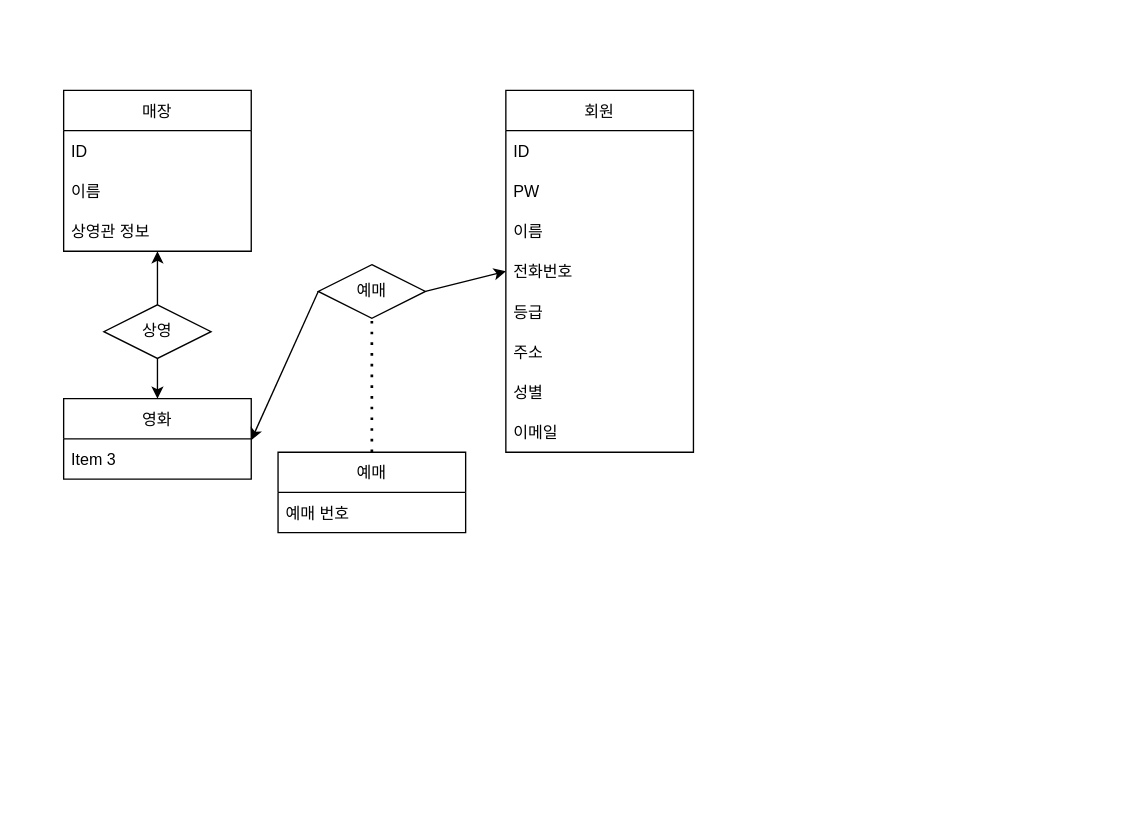
chacha0707/db keeps this draw.io diagram as Untitled Diagram.drawio. Above is the earlier version. Source tidied: cells renumbered, new cells numbered last; positions are measured from the earlier drawing's top-left corner, leaving out a move shared by most shapes. Both pictures are drawn from the tidied source at 134%, with x=0, y=0 at pixel (63, 90).
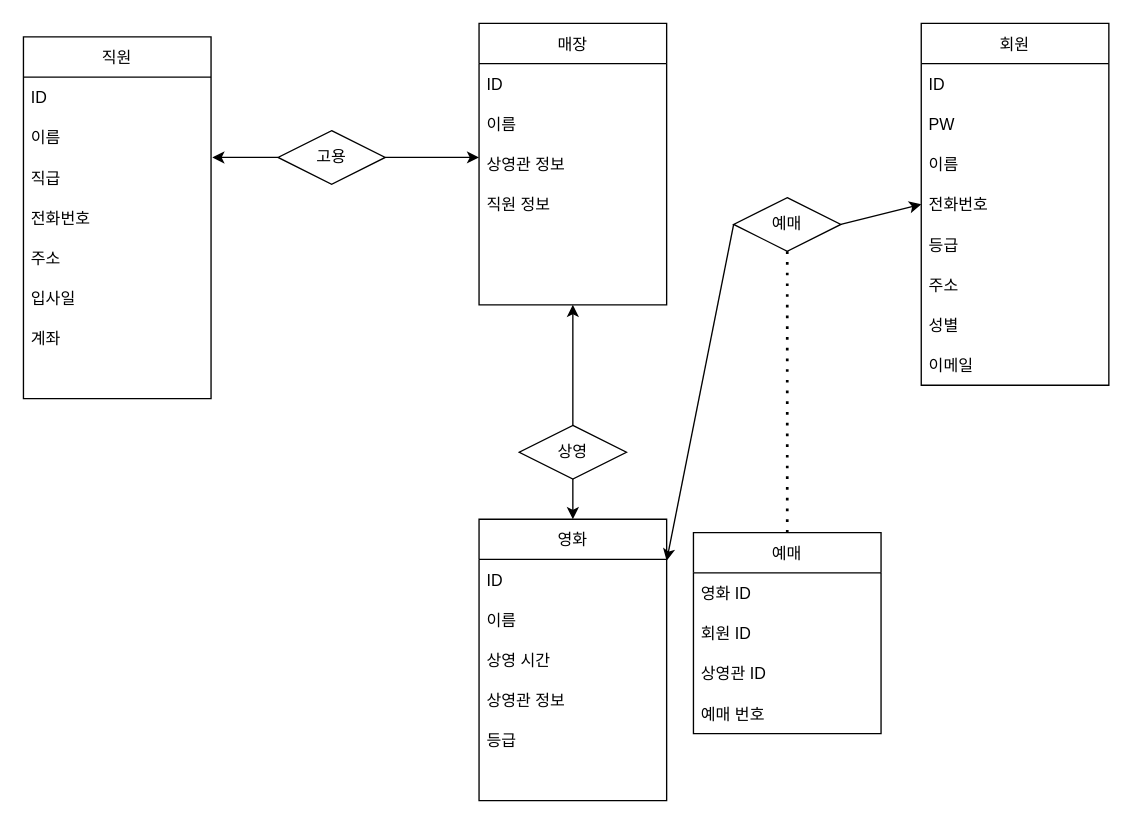
Above is the later version.

Unchanged cells that the change refers to:
```xml
<mxCell id="14" value="상영관 정보" style="text;strokeColor=none;fillColor=none;align=left;verticalAlign=middle;spacingLeft=4;spacingRight=4;overflow=hidden;points=[[0,0.5],[1,0.5]];portConstraint=eastwest;" parent="11" vertex="1">
  <mxGeometry y="90" width="140" height="30" as="geometry" />
</mxCell>
```

The edit, as a diff of the source:
```diff
@@
     <mxCell id="2" value="회원" style="swimlane;fontStyle=0;horizontal=1;startSize=30;" parent="1" vertex="1">
-      <mxGeometry x="330" width="140" height="270" as="geometry" />
+      <mxGeometry x="640" y="-50" width="140" height="270" as="geometry" />
     </mxCell>
@@
     <mxCell id="11" value="매장" style="swimlane;fontStyle=0;horizontal=1;startSize=30;" parent="1" vertex="1">
-      <mxGeometry width="140" height="120" as="geometry" />
+      <mxGeometry x="310" y="-50" width="140" height="210" as="geometry" />
     </mxCell>
@@
+    <mxCell id="26" value="직원 정보" style="text;strokeColor=none;fillColor=none;align=left;verticalAlign=middle;spacingLeft=4;spacingRight=4;overflow=hidden;" parent="11" vertex="1">
+      <mxGeometry y="120" width="140" height="30" as="geometry" />
+    </mxCell>
+    <mxCell id="27" style="text;strokeColor=none;fillColor=none;align=left;verticalAlign=middle;spacingLeft=4;spacingRight=4;overflow=hidden;" parent="11" vertex="1">
+      <mxGeometry y="150" width="140" height="30" as="geometry" />
+    </mxCell>
+    <mxCell id="28" style="text;strokeColor=none;fillColor=none;align=left;verticalAlign=middle;spacingLeft=4;spacingRight=4;overflow=hidden;" parent="11" vertex="1">
+      <mxGeometry y="180" width="140" height="30" as="geometry" />
+    </mxCell>
     <mxCell id="15" value="상영" style="rhombus;whiteSpace=wrap;html=1;" parent="1" vertex="1">
-      <mxGeometry x="30" y="160" width="80" height="40" as="geometry" />
+      <mxGeometry x="340" y="250" width="80" height="40" as="geometry" />
     </mxCell>
     <mxCell id="16" style="endArrow=classic;html=1;rounded=0;" parent="1" edge="1" source="15">
       <mxGeometry relative="1" as="geometry">
-        <mxPoint x="70" y="120" as="targetPoint" />
+        <mxPoint x="380" y="160" as="targetPoint" />
       </mxGeometry>
     </mxCell>
     <mxCell id="17" value="영화" style="swimlane;fontStyle=0;horizontal=1;startSize=30;" parent="1" vertex="1">
-      <mxGeometry y="230" width="140" height="60" as="geometry" />
+      <mxGeometry x="310" y="320" width="140" height="210" as="geometry" />
     </mxCell>
-    <mxCell id="18" value="Item 3" style="text;strokeColor=none;fillColor=none;align=left;verticalAlign=middle;spacingLeft=4;spacingRight=4;overflow=hidden;points=[[0,0.5],[1,0.5]];portConstraint=eastwest;" parent="17" vertex="1">
+    <mxCell id="18" value="ID" style="text;strokeColor=none;fillColor=none;align=left;verticalAlign=middle;spacingLeft=4;spacingRight=4;overflow=hidden;points=[[0,0.5],[1,0.5]];portConstraint=eastwest;" parent="17" vertex="1">
       <mxGeometry y="30" width="140" height="30" as="geometry" />
     </mxCell>
+    <mxCell id="29" value="이름" style="text;strokeColor=none;fillColor=none;align=left;verticalAlign=middle;spacingLeft=4;spacingRight=4;overflow=hidden;" parent="17" vertex="1">
+      <mxGeometry y="60" width="140" height="30" as="geometry" />
+    </mxCell>
+    <mxCell id="30" value="상영 시간" style="text;strokeColor=none;fillColor=none;align=left;verticalAlign=middle;spacingLeft=4;spacingRight=4;overflow=hidden;" parent="17" vertex="1">
+      <mxGeometry y="90" width="140" height="30" as="geometry" />
+    </mxCell>
+    <mxCell id="31" value="상영관 정보" style="text;strokeColor=none;fillColor=none;align=left;verticalAlign=middle;spacingLeft=4;spacingRight=4;overflow=hidden;" parent="17" vertex="1">
+      <mxGeometry y="120" width="140" height="30" as="geometry" />
+    </mxCell>
+    <mxCell id="32" value="등급" style="text;strokeColor=none;fillColor=none;align=left;verticalAlign=middle;spacingLeft=4;spacingRight=4;overflow=hidden;" parent="17" vertex="1">
+      <mxGeometry y="150" width="140" height="30" as="geometry" />
+    </mxCell>
+    <mxCell id="33" style="text;strokeColor=none;fillColor=none;align=left;verticalAlign=middle;spacingLeft=4;spacingRight=4;overflow=hidden;" parent="17" vertex="1">
+      <mxGeometry y="180" width="140" height="30" as="geometry" />
+    </mxCell>
@@
     <mxCell id="20" value="예매" style="rhombus;whiteSpace=wrap;html=1;" parent="1" vertex="1">
-      <mxGeometry x="190" y="130" width="80" height="40" as="geometry" />
+      <mxGeometry x="500" y="80" width="80" height="40" as="geometry" />
     </mxCell>
@@
     <mxCell id="23" value="예매" style="swimlane;fontStyle=0;horizontal=1;startSize=30;" parent="1" vertex="1">
-      <mxGeometry x="160" y="270" width="140" height="60" as="geometry" />
+      <mxGeometry x="470" y="330" width="140" height="150" as="geometry" />
     </mxCell>
-    <mxCell id="24" value="예매 번호" style="text;strokeColor=none;fillColor=none;align=left;verticalAlign=middle;spacingLeft=4;spacingRight=4;overflow=hidden;" parent="23" vertex="1">
+    <mxCell id="24" value="영화 ID" style="text;strokeColor=none;fillColor=none;align=left;verticalAlign=middle;spacingLeft=4;spacingRight=4;overflow=hidden;" parent="23" vertex="1">
       <mxGeometry y="30" width="140" height="30" as="geometry" />
     </mxCell>
+    <mxCell id="34" value="회원 ID" style="text;strokeColor=none;fillColor=none;align=left;verticalAlign=middle;spacingLeft=4;spacingRight=4;overflow=hidden;" parent="23" vertex="1">
+      <mxGeometry y="60" width="140" height="30" as="geometry" />
+    </mxCell>
+    <mxCell id="35" value="상영관 ID" style="text;strokeColor=none;fillColor=none;align=left;verticalAlign=middle;spacingLeft=4;spacingRight=4;overflow=hidden;" parent="23" vertex="1">
+      <mxGeometry y="90" width="140" height="30" as="geometry" />
+    </mxCell>
+    <mxCell id="36" value="예매 번호" style="text;strokeColor=none;fillColor=none;align=left;verticalAlign=middle;spacingLeft=4;spacingRight=4;overflow=hidden;" parent="23" vertex="1">
+      <mxGeometry y="120" width="140" height="30" as="geometry" />
+    </mxCell>
@@
+    <mxCell id="37" value="직원" style="swimlane;fontStyle=0;horizontal=1;startSize=30;rounded=0;sketch=0;" parent="1" vertex="1">
+      <mxGeometry x="-30" y="-40" width="140" height="270" as="geometry" />
+    </mxCell>
+    <mxCell id="38" value="ID" style="text;strokeColor=none;fillColor=none;align=left;verticalAlign=middle;spacingLeft=4;spacingRight=4;overflow=hidden;rounded=0;sketch=0;" parent="37" vertex="1">
+      <mxGeometry y="30" width="140" height="30" as="geometry" />
+    </mxCell>
+    <mxCell id="39" value="이름" style="text;strokeColor=none;fillColor=none;align=left;verticalAlign=middle;spacingLeft=4;spacingRight=4;overflow=hidden;rounded=0;sketch=0;" parent="37" vertex="1">
+      <mxGeometry y="60" width="140" height="30" as="geometry" />
+    </mxCell>
+    <mxCell id="40" value="직급" style="text;strokeColor=none;fillColor=none;align=left;verticalAlign=middle;spacingLeft=4;spacingRight=4;overflow=hidden;points=[[0,0.5],[1,0.5]];portConstraint=eastwest;rounded=0;sketch=0;" parent="37" vertex="1">
+      <mxGeometry y="90" width="140" height="30" as="geometry" />
+    </mxCell>
+    <mxCell id="41" value="전화번호" style="text;strokeColor=none;fillColor=none;align=left;verticalAlign=middle;spacingLeft=4;spacingRight=4;overflow=hidden;rounded=0;sketch=0;" parent="37" vertex="1">
+      <mxGeometry y="120" width="140" height="30" as="geometry" />
+    </mxCell>
+    <mxCell id="42" value="주소" style="text;strokeColor=none;fillColor=none;align=left;verticalAlign=middle;spacingLeft=4;spacingRight=4;overflow=hidden;rounded=0;sketch=0;" parent="37" vertex="1">
+      <mxGeometry y="150" width="140" height="30" as="geometry" />
+    </mxCell>
+    <mxCell id="43" value="입사일" style="text;strokeColor=none;fillColor=none;align=left;verticalAlign=middle;spacingLeft=4;spacingRight=4;overflow=hidden;rounded=0;sketch=0;" parent="37" vertex="1">
+      <mxGeometry y="180" width="140" height="30" as="geometry" />
+    </mxCell>
+    <mxCell id="44" value="계좌" style="text;strokeColor=none;fillColor=none;align=left;verticalAlign=middle;spacingLeft=4;spacingRight=4;overflow=hidden;rounded=0;sketch=0;" parent="37" vertex="1">
+      <mxGeometry y="210" width="140" height="30" as="geometry" />
+    </mxCell>
+    <mxCell id="45" style="text;strokeColor=none;fillColor=none;align=left;verticalAlign=middle;spacingLeft=4;spacingRight=4;overflow=hidden;rounded=0;sketch=0;" parent="37" vertex="1">
+      <mxGeometry y="240" width="140" height="30" as="geometry" />
+    </mxCell>
+    <mxCell id="46" value="고용" style="rhombus;whiteSpace=wrap;html=1;rounded=0;sketch=0;" parent="1" vertex="1">
+      <mxGeometry x="160" y="30" width="80" height="40" as="geometry" />
+    </mxCell>
+    <mxCell id="47" style="endArrow=classic;html=1;rounded=1;sketch=0;curved=0;entryX=0;entryY=0.333;entryDx=0;entryDy=0;exitX=1;exitY=0.5;exitDx=0;exitDy=0;entryPerimeter=0;" parent="1" edge="1" source="46" target="14">
+      <mxGeometry relative="1" as="geometry" />
+    </mxCell>
+    <mxCell id="48" style="endArrow=classic;html=1;rounded=1;sketch=0;curved=0;entryX=1.007;entryY=0;entryDx=0;entryDy=0;entryPerimeter=0;exitX=0;exitY=0.5;exitDx=0;exitDy=0;" parent="1" edge="1" source="46" target="40">
+      <mxGeometry relative="1" as="geometry" />
+    </mxCell>
```
